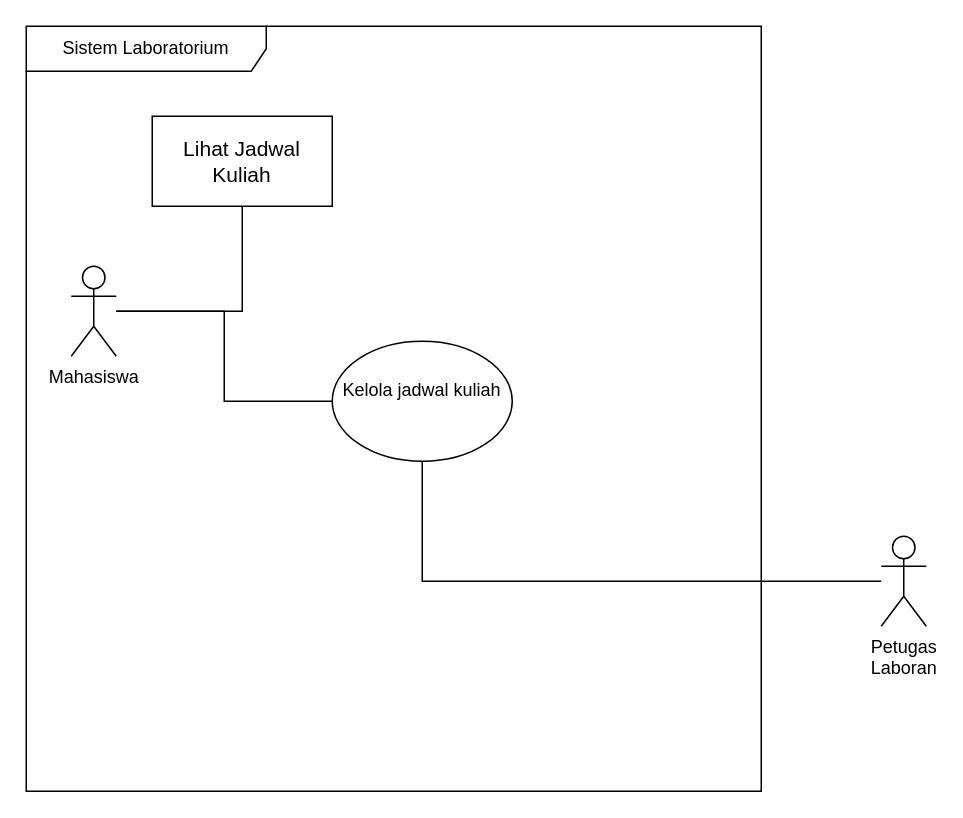
The draw.io diagram 03_latihan_tools/P02/SIA/P02_2406002_SIA_perbaikan_notasi_v01.drawio .drawio in MuhammadYusufFaturahman-55/IFRWP5149_2406002_LabAlat, before the edit. Source tidied: cells renumbered, new cells numbered last; positions are measured from the earlier drawing's top-left corner, leaving out a move shared by most shapes. Both pictures are drawn from the tidied source at 150%, with x=0, y=0 at pixel (26, 26).
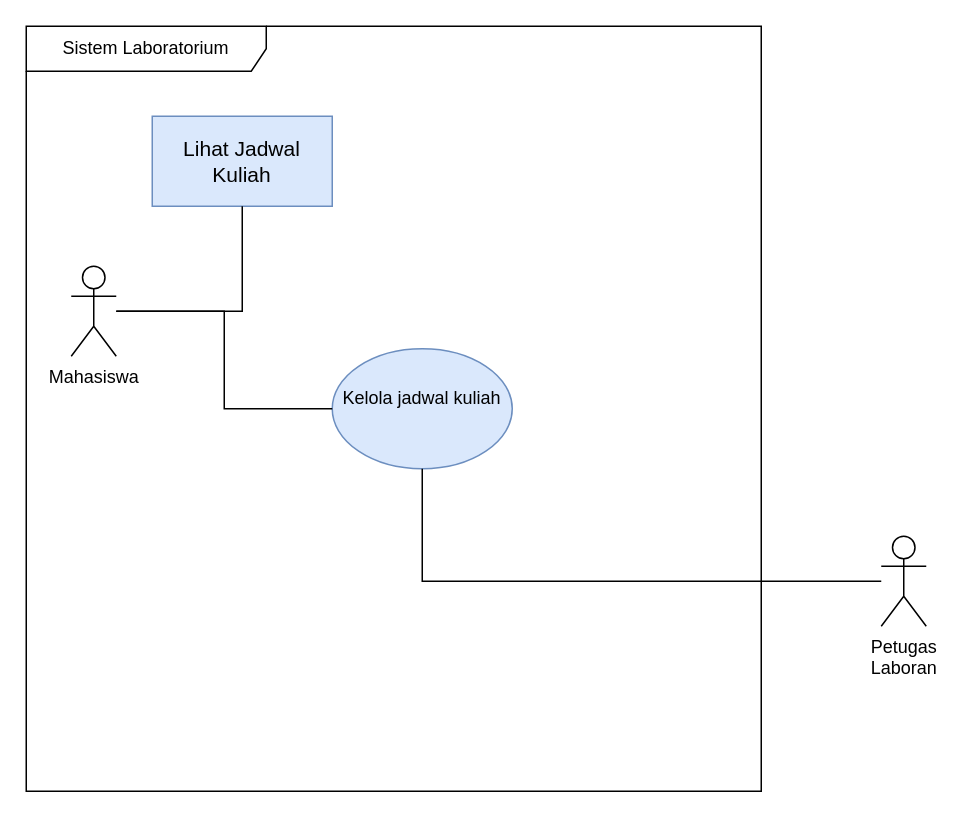
The same diagram, later.

Change to the diagram source:
```diff
@@
 <mxGraphModel>
   <root>
     <mxCell id="0" />
     <mxCell id="1" parent="0" />
     <mxCell id="2" value="&lt;font style=&quot;font-size: 12px;&quot;&gt;Sistem Laboratorium&lt;/font&gt;" style="shape=umlFrame;whiteSpace=wrap;html=1;width=160;height=30;fontSize=7;" parent="1" vertex="1">
       <mxGeometry width="490" height="510" as="geometry" />
     </mxCell>
-    <mxCell id="3" value="Kelola jadwal kuliah&lt;div&gt;&lt;br/&gt;&lt;/div&gt;" style="ellipse;whiteSpace=wrap;html=1;shapeInside=1;" parent="2" vertex="1">
-      <mxGeometry x="204" y="210" width="120" height="80" as="geometry" />
+    <mxCell id="3" value="Kelola jadwal kuliah&lt;div&gt;&lt;br/&gt;&lt;/div&gt;" style="ellipse;whiteSpace=wrap;html=1;shapeInside=1;fillColor=#dae8fc;strokeColor=#6c8ebf;" parent="2" vertex="1">
+      <mxGeometry x="204" y="215" width="120" height="80" as="geometry" />
     </mxCell>
-    <mxCell id="4" value="&lt;font style=&quot;font-size: 14px;&quot;&gt;Lihat Jadwal Kuliah&lt;/font&gt;" style="rounded=0;whiteSpace=wrap;html=1;" parent="2" vertex="1">
+    <mxCell id="4" value="&lt;font style=&quot;font-size: 14px;&quot;&gt;Lihat Jadwal Kuliah&lt;/font&gt;" style="rounded=0;whiteSpace=wrap;html=1;fillColor=#dae8fc;strokeColor=#6c8ebf;" parent="2" vertex="1">
       <mxGeometry x="84" y="60" width="120" height="60" as="geometry" />
     </mxCell>
     <mxCell id="5" style="edgeStyle=orthogonalEdgeStyle;rounded=0;jettySize=auto;html=1;endArrow=none;endFill=0;" parent="2" edge="1" source="6" target="3">
       <mxGeometry relative="1" as="geometry" />
     </mxCell>
     <mxCell id="6" value="&lt;div&gt;Mahasiswa&lt;/div&gt;&lt;div&gt;&lt;br&gt;&lt;/div&gt;" style="shape=umlActor;verticalLabelPosition=bottom;verticalAlign=top;html=1;" parent="2" vertex="1">
       <mxGeometry x="30" y="160" width="30" height="60" as="geometry" />
     </mxCell>
     <mxCell id="7" style="edgeStyle=orthogonalEdgeStyle;rounded=0;jettySize=auto;html=1;endArrow=none;endFill=0;" parent="2" edge="1" source="6" target="4">
       <mxGeometry relative="1" as="geometry" />
     </mxCell>
     <mxCell id="8" style="edgeStyle=orthogonalEdgeStyle;rounded=0;jettySize=auto;html=1;endArrow=none;endFill=0;" parent="1" edge="1" source="9" target="3">
       <mxGeometry relative="1" as="geometry" />
     </mxCell>
     <mxCell id="9" value="Petugas&lt;br&gt;Laboran" style="shape=umlActor;verticalLabelPosition=bottom;verticalAlign=top;html=1;" parent="1" vertex="1">
       <mxGeometry x="570" y="340" width="30" height="60" as="geometry" />
     </mxCell>
   </root>
 </mxGraphModel>
```
